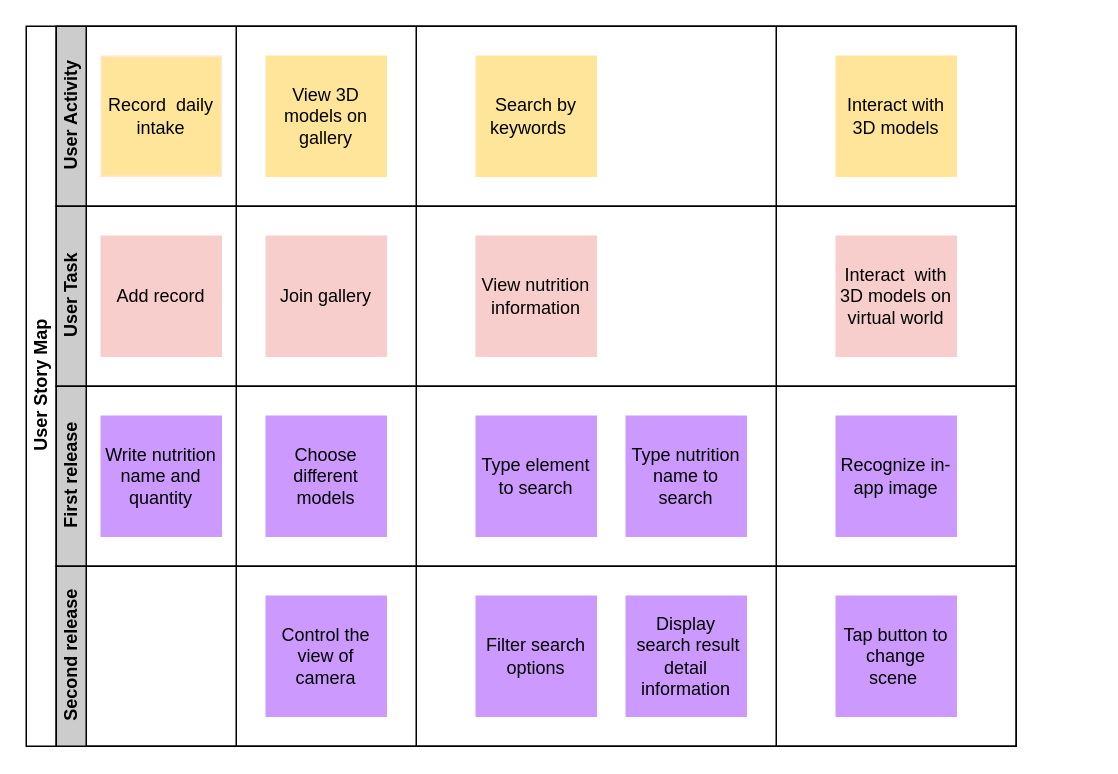
Before: Untitled Diagram.drawio in amyWenhui/3015project, a draw.io diagram. Source tidied: cells renumbered, new cells numbered last; positions are measured from the earlier drawing's top-left corner, leaving out a move shared by most shapes. Both pictures are drawn from the tidied source at 150%, with x=0, y=0 at pixel (26, 26).
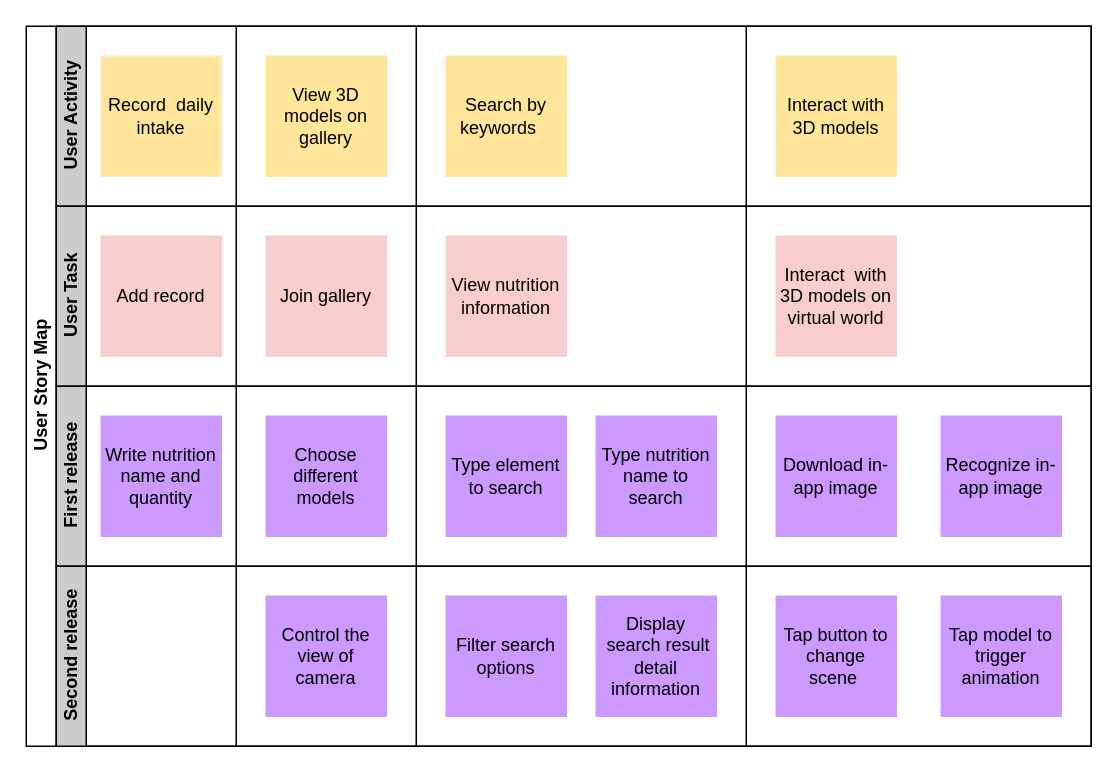
Above is the later version.

The edit, as a diff of the source:
```diff
@@
     <mxCell id="2" value="User Story Map" style="swimlane;html=1;horizontal=0;startSize=20;fillColor=#FFFFFF;" parent="1" vertex="1">
-      <mxGeometry width="660" height="480" as="geometry" />
+      <mxGeometry width="710" height="480" as="geometry" />
     </mxCell>
     <mxCell id="3" value="User Activity" style="swimlane;html=1;startSize=20;horizontal=0;fillColor=#CCCCCC;" parent="2" vertex="1">
-      <mxGeometry x="20" width="640" height="120" as="geometry" />
+      <mxGeometry x="20" width="690" height="120" as="geometry" />
     </mxCell>
@@
     <mxCell id="6" value="Interact with 3D models" style="whiteSpace=wrap;html=1;fillColor=#FFE599;strokeColor=#FFE599;" parent="3" vertex="1">
-      <mxGeometry x="520" y="20" width="80" height="80" as="geometry" />
+      <mxGeometry x="480" y="20" width="80" height="80" as="geometry" />
     </mxCell>
     <mxCell id="7" value="Search by keywords &amp;nbsp;&amp;nbsp;" style="whiteSpace=wrap;html=1;fillColor=#FFE599;strokeColor=#FFE599;" parent="3" vertex="1">
-      <mxGeometry x="280" y="20" width="80" height="80" as="geometry" />
+      <mxGeometry x="260" y="20" width="80" height="80" as="geometry" />
     </mxCell>
@@
     <mxCell id="9" value="User Task" style="swimlane;html=1;startSize=20;horizontal=0;fillColor=#CCCCCC;strokeColor=#000000;" parent="2" vertex="1">
-      <mxGeometry x="20" y="120" width="640" height="120" as="geometry" />
+      <mxGeometry x="20" y="120" width="690" height="120" as="geometry" />
     </mxCell>
@@
     <mxCell id="13" value="View nutrition information" style="whiteSpace=wrap;html=1;strokeColor=#F8CECC;fillColor=#F8CECC;" parent="9" vertex="1">
-      <mxGeometry x="280" y="20" width="80" height="80" as="geometry" />
+      <mxGeometry x="260" y="20" width="80" height="80" as="geometry" />
     </mxCell>
     <mxCell id="14" value="Interact &amp;nbsp;with 3D models on virtual world" style="whiteSpace=wrap;html=1;strokeColor=#F8CECC;fillColor=#F8CECC;" parent="9" vertex="1">
-      <mxGeometry x="520" y="20" width="80" height="80" as="geometry" />
+      <mxGeometry x="480" y="20" width="80" height="80" as="geometry" />
     </mxCell>
+    <mxCell id="21" style="endArrow=none;html=1;rounded=0;" parent="9" edge="1">
+      <mxGeometry relative="1" as="geometry">
+        <mxPoint x="460" y="360" as="sourcePoint" />
+        <mxPoint x="460" y="-120" as="targetPoint" />
+      </mxGeometry>
+    </mxCell>
     <mxCell id="15" value="First release" style="swimlane;html=1;startSize=20;horizontal=0;fillColor=#CCCCCC;" parent="2" vertex="1">
-      <mxGeometry x="20" y="240" width="640" height="120" as="geometry" />
+      <mxGeometry x="20" y="240" width="690" height="120" as="geometry" />
     </mxCell>
@@
-    <mxCell id="18" value="Recognize in-app image" style="whiteSpace=wrap;html=1;strokeColor=#CC99FF;fillColor=#CC99FF;" parent="15" vertex="1">
-      <mxGeometry x="520" y="20" width="80" height="80" as="geometry" />
-    </mxCell>
     <mxCell id="19" value="&lt;span&gt;Type element to search&lt;/span&gt;" style="whiteSpace=wrap;html=1;strokeColor=#CC99FF;fillColor=#CC99FF;" parent="15" vertex="1">
-      <mxGeometry x="280" y="20" width="80" height="80" as="geometry" />
+      <mxGeometry x="260" y="20" width="80" height="80" as="geometry" />
     </mxCell>
     <mxCell id="20" value="&lt;span&gt;Type nutrition name to search&lt;/span&gt;" style="whiteSpace=wrap;html=1;strokeColor=#CC99FF;fillColor=#CC99FF;" parent="15" vertex="1">
-      <mxGeometry x="380" y="20" width="80" height="80" as="geometry" />
+      <mxGeometry x="360" y="20" width="80" height="80" as="geometry" />
     </mxCell>
-    <mxCell id="21" style="endArrow=none;html=1;rounded=0;" parent="15" edge="1">
-      <mxGeometry relative="1" as="geometry">
-        <mxPoint x="480" y="240" as="sourcePoint" />
-        <mxPoint x="480" y="-240" as="targetPoint" />
-      </mxGeometry>
-    </mxCell>
+    <mxCell id="28" value="Download in-app image" style="whiteSpace=wrap;html=1;strokeColor=#CC99FF;fillColor=#CC99FF;" parent="15" vertex="1">
+      <mxGeometry x="480" y="20" width="80" height="80" as="geometry" />
+    </mxCell>
+    <mxCell id="18" value="Recognize in-app image" style="whiteSpace=wrap;html=1;strokeColor=#CC99FF;fillColor=#CC99FF;" parent="15" vertex="1">
+      <mxGeometry x="590" y="20" width="80" height="80" as="geometry" />
+    </mxCell>
     <mxCell id="22" value="Second release" style="swimlane;html=1;startSize=20;horizontal=0;fillColor=#CCCCCC;" parent="2" vertex="1">
-      <mxGeometry x="20" y="360" width="640" height="120" as="geometry" />
+      <mxGeometry x="20" y="360" width="690" height="120" as="geometry" />
     </mxCell>
@@
     <mxCell id="24" value="Display &amp;nbsp;search result detail information" style="whiteSpace=wrap;html=1;strokeColor=#CC99FF;fillColor=#CC99FF;" parent="22" vertex="1">
-      <mxGeometry x="380" y="20" width="80" height="80" as="geometry" />
+      <mxGeometry x="360" y="20" width="80" height="80" as="geometry" />
     </mxCell>
     <mxCell id="25" value="Tap button to change scene&amp;nbsp;" style="whiteSpace=wrap;html=1;strokeColor=#CC99FF;fillColor=#CC99FF;" parent="22" vertex="1">
-      <mxGeometry x="520" y="20" width="80" height="80" as="geometry" />
+      <mxGeometry x="480" y="20" width="80" height="80" as="geometry" />
     </mxCell>
     <mxCell id="26" value="Filter search options" style="whiteSpace=wrap;html=1;strokeColor=#CC99FF;fillColor=#CC99FF;" parent="22" vertex="1">
-      <mxGeometry x="280" y="20" width="80" height="80" as="geometry" />
+      <mxGeometry x="260" y="20" width="80" height="80" as="geometry" />
     </mxCell>
+    <mxCell id="29" value="Tap model to trigger animation" style="whiteSpace=wrap;html=1;strokeColor=#CC99FF;fillColor=#CC99FF;" parent="22" vertex="1">
+      <mxGeometry x="590" y="20" width="80" height="80" as="geometry" />
+    </mxCell>
```
